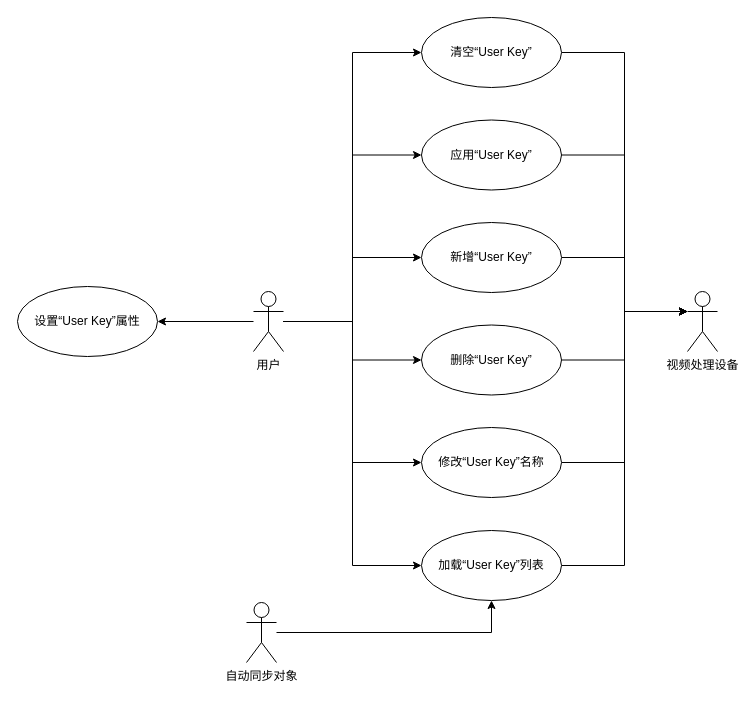
This is Arpa.drawio from wiSCADA/drawio, a draw.io file, before an edit. Source tidied: cells renumbered, new cells numbered last; positions are measured from the earlier drawing's top-left corner, leaving out a move shared by most shapes. Both pictures are drawn from the tidied source at 100%, with x=0, y=0 at pixel (17, 17).
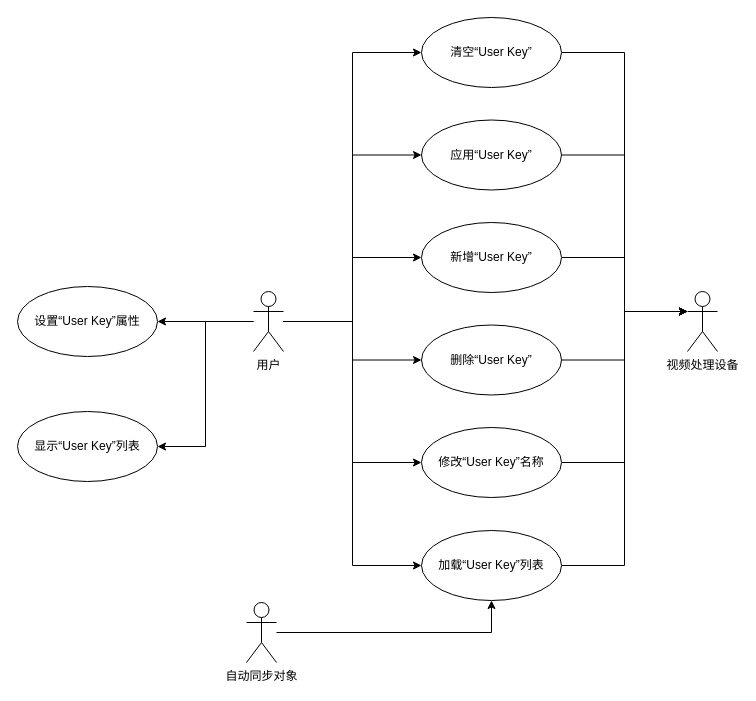
The same diagram, later.

Commit message:
增加  显示“User Key”列表的用例

The change refers to these unchanged cells:
```xml
<mxCell id="20" value="用户" style="shape=umlActor;verticalLabelPosition=bottom;labelBackgroundColor=#ffffff;verticalAlign=top;html=1;shadow=0;" parent="1" vertex="1">
  <mxGeometry x="236" y="274" width="30" height="60" as="geometry" />
</mxCell>
```

What changed in the source:
```diff
@@
+    <mxCell id="26" style="edgeStyle=orthogonalEdgeStyle;rounded=0;jettySize=auto;html=1;entryX=1;entryY=0.5;entryDx=0;entryDy=0;" parent="1" edge="1" source="20" target="27">
+      <mxGeometry relative="1" as="geometry" />
+    </mxCell>
@@
+    <mxCell id="27" value="显示“User Key”列表" style="ellipse;whiteSpace=wrap;html=1;" parent="1" vertex="1">
+      <mxGeometry y="394" width="140" height="70" as="geometry" />
+    </mxCell>
```
